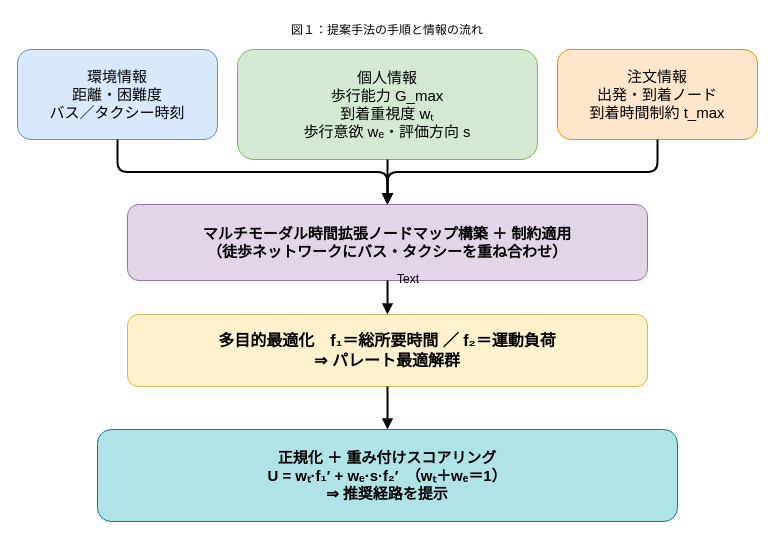
Above: workflow_compact.drawio in ShitotoHimeno/personalized-multimodal-route-optimization (draw.io), before the change. Source tidied: cells renumbered, new cells numbered last; positions are measured from the earlier drawing's top-left corner, leaving out a move shared by most shapes. Both pictures are drawn from the tidied source at 100%, with x=0, y=0 at pixel (17, 17).
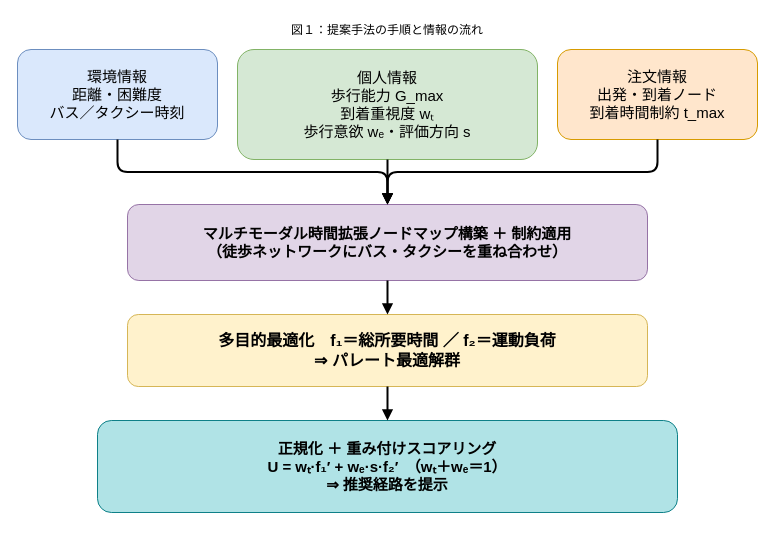
Above is the later version.

What changed in the source:
```diff
@@
 <mxGraphModel>
   <root>
     <mxCell id="0" />
     <mxCell id="1" parent="0" />
     <mxCell id="2" value="環境情報&lt;br&gt;距離・困難度&lt;br&gt;バス／タクシー時刻" style="rounded=1;whiteSpace=wrap;html=1;fillColor=#dae8fc;strokeColor=#6c8ebf;fontSize=15;verticalAlign=middle;align=center;" parent="1" vertex="1">
       <mxGeometry y="32" width="200" height="90" as="geometry" />
     </mxCell>
     <mxCell id="3" value="個人情報&lt;br&gt;歩行能力 G_max&lt;br&gt;到着重視度 wₜ&lt;br&gt;歩行意欲 wₑ・評価方向 s" style="rounded=1;whiteSpace=wrap;html=1;fillColor=#d5e8d4;strokeColor=#82b366;fontSize=15;verticalAlign=middle;align=center;" parent="1" vertex="1">
       <mxGeometry x="220" y="32" width="300" height="110" as="geometry" />
     </mxCell>
     <mxCell id="4" value="注文情報&lt;br&gt;出発・到着ノード&lt;br&gt;到着時間制約 t_max" style="rounded=1;whiteSpace=wrap;html=1;fillColor=#ffe6cc;strokeColor=#d79b00;fontSize=15;verticalAlign=middle;align=center;" parent="1" vertex="1">
       <mxGeometry x="540" y="32" width="200" height="90" as="geometry" />
     </mxCell>
     <mxCell id="5" value="マルチモーダル時間拡張ノードマップ構築 ＋ 制約適用&lt;br&gt;（徒歩ネットワークにバス・タクシーを重ね合わせ）" style="rounded=1;whiteSpace=wrap;html=1;fillColor=#e1d5e7;strokeColor=#9673a6;fontSize=15;fontStyle=1;verticalAlign=middle;align=center;" parent="1" vertex="1">
       <mxGeometry x="110" y="187" width="520" height="76" as="geometry" />
     </mxCell>
     <mxCell id="6" value="多目的最適化　f₁＝総所要時間 ／ f₂＝運動負荷&lt;br&gt;⇒ パレート最適解群" style="rounded=1;whiteSpace=wrap;html=1;fillColor=#fff2cc;strokeColor=#d6b656;fontSize=16;fontStyle=1;verticalAlign=middle;align=center;" parent="1" vertex="1">
       <mxGeometry x="110" y="297" width="520" height="72" as="geometry" />
     </mxCell>
     <mxCell id="7" value="正規化 ＋ 重み付けスコアリング&lt;br&gt;U = wₜ·f₁′ + wₑ·s·f₂′　（wₜ＋wₑ＝1）&lt;br&gt;⇒ 推奨経路を提示" style="rounded=1;whiteSpace=wrap;html=1;fillColor=#b0e3e6;strokeColor=#0e8088;fontSize=15;fontStyle=1;verticalAlign=middle;align=center;" parent="1" vertex="1">
-      <mxGeometry x="80" y="412" width="580" height="92" as="geometry" />
+      <mxGeometry x="80" y="403" width="580" height="92" as="geometry" />
     </mxCell>
     <mxCell id="8" style="edgeStyle=orthogonalEdgeStyle;rounded=1;html=1;strokeWidth=2;endArrow=block;exitX=0.5;exitY=1;entryX=0.5;entryY=0;" parent="1" edge="1" source="2" target="5">
       <mxGeometry relative="1" as="geometry" />
     </mxCell>
     <mxCell id="9" style="edgeStyle=orthogonalEdgeStyle;rounded=1;html=1;strokeWidth=2;endArrow=block;exitX=0.5;exitY=1;entryX=0.5;entryY=0;" parent="1" edge="1" source="3" target="5">
       <mxGeometry relative="1" as="geometry" />
     </mxCell>
     <mxCell id="10" style="edgeStyle=orthogonalEdgeStyle;rounded=1;html=1;strokeWidth=2;endArrow=block;exitX=0.5;exitY=1;entryX=0.5;entryY=0;" parent="1" edge="1" source="4" target="5">
       <mxGeometry relative="1" as="geometry" />
     </mxCell>
     <mxCell id="11" style="edgeStyle=orthogonalEdgeStyle;rounded=1;html=1;strokeWidth=2;endArrow=block;exitX=0.5;exitY=1;entryX=0.5;entryY=0;" parent="1" edge="1" source="5" target="6">
       <mxGeometry relative="1" as="geometry" />
     </mxCell>
     <mxCell id="12" style="edgeStyle=orthogonalEdgeStyle;rounded=1;html=1;strokeWidth=2;endArrow=block;exitX=0.5;exitY=1;entryX=0.5;entryY=0;" parent="1" edge="1" source="6" target="7">
       <mxGeometry relative="1" as="geometry" />
     </mxCell>
-    <mxCell id="13" value="Text" style="text;html=1;whiteSpace=wrap;strokeColor=none;fillColor=none;align=center;verticalAlign=middle;rounded=0;" parent="1" vertex="1">
-      <mxGeometry x="371" y="249" width="40" height="26" as="geometry" />
-    </mxCell>
     <mxCell id="14" value="図１：提案手法の手順と情報の流れ" style="text;html=1;whiteSpace=wrap;strokeColor=none;fillColor=none;align=center;verticalAlign=middle;rounded=0;" parent="1" vertex="1">
       <mxGeometry x="265" width="210" height="26" as="geometry" />
     </mxCell>
   </root>
 </mxGraphModel>
```
